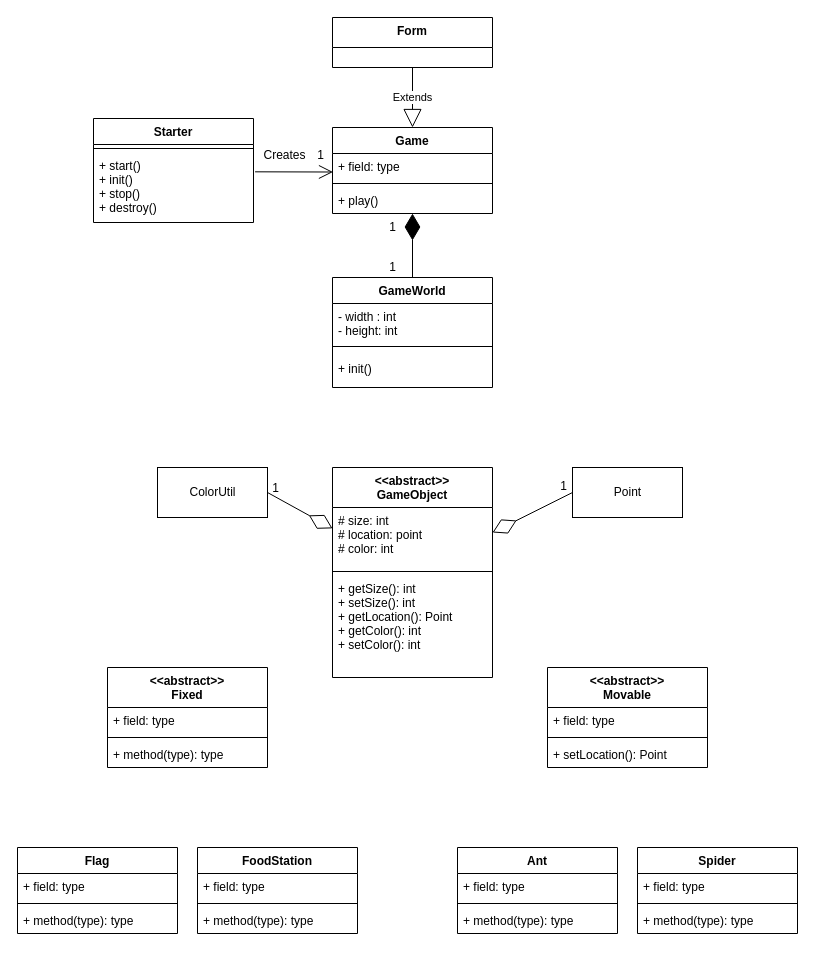
This is A1Prj_UML.drawio from jheym/133Proj, a draw.io file, before an edit. Source tidied: cells renumbered, new cells numbered last; positions are measured from the earlier drawing's top-left corner, leaving out a move shared by most shapes. Both pictures are drawn from the tidied source at 100%, with x=0, y=0 at pixel (17, 17).
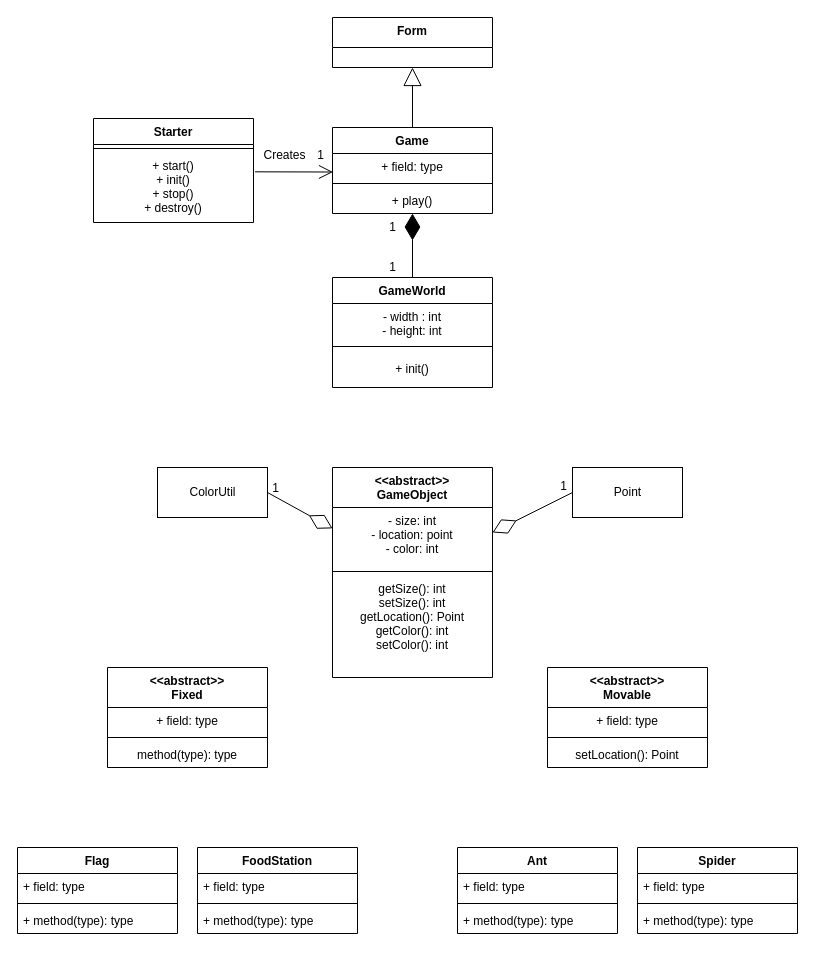
After the change.

The change refers to these unchanged cells:
```xml
<mxCell id="2" value="&lt;&lt;abstract&gt;&gt;&#10;GameObject" style="swimlane;fontStyle=1;align=center;verticalAlign=top;horizontal=1;startSize=40;" parent="1" vertex="1">
  <mxGeometry x="315" y="450" width="160" height="210" as="geometry" />
</mxCell>
<mxCell id="6" value="&lt;&lt;abstract&gt;&gt;&#10;Fixed&#10;" style="swimlane;fontStyle=1;align=center;verticalAlign=top;horizontal=1;startSize=40;" parent="1" vertex="1">
  <mxGeometry x="90" y="650" width="160" height="100" as="geometry" />
</mxCell>
<mxCell id="10" value="&lt;&lt;abstract&gt;&gt;&#10;Movable&#10;&#10;" style="swimlane;fontStyle=1;align=center;verticalAlign=top;horizontal=1;startSize=40;" parent="1" vertex="1">
  <mxGeometry x="530" y="650" width="160" height="100" as="geometry" />
</mxCell>
<mxCell id="30" value="Starter" style="swimlane;fontStyle=1;align=center;verticalAlign=top;horizontal=1;startSize=26;" parent="1" vertex="1">
  <mxGeometry x="76" y="101" width="160" height="104" as="geometry" />
</mxCell>
<mxCell id="33" value="Form&#10;" style="swimlane;fontStyle=1;align=center;verticalAlign=top;horizontal=1;startSize=30;" parent="1" vertex="1">
  <mxGeometry x="315" width="160" height="50" as="geometry" />
</mxCell>
<mxCell id="34" value="Game" style="swimlane;fontStyle=1;align=center;verticalAlign=top;horizontal=1;startSize=26;" parent="1" vertex="1">
  <mxGeometry x="315" y="110" width="160" height="86" as="geometry" />
</mxCell>
<mxCell id="38" value="GameWorld" style="swimlane;fontStyle=1;align=center;verticalAlign=top;horizontal=1;startSize=26;" parent="1" vertex="1">
  <mxGeometry x="315" y="260" width="160" height="110" as="geometry" />
</mxCell>
```

Diff of the diagram source:
```diff
@@
-    <mxCell id="3" value="# size: int&#10;# location: point&#10;# color: int&#10;&#10;" style="text;strokeColor=none;fillColor=none;align=left;verticalAlign=top;spacingLeft=4;spacingRight=4;overflow=hidden;" parent="2" vertex="1">
+    <mxCell id="3" value="- size: int&#10;- location: point&#10;- color: int&#10;&#10;" style="text;strokeColor=none;fillColor=none;align=center;verticalAlign=top;spacingLeft=4;spacingRight=4;overflow=hidden;" parent="2" vertex="1">
       <mxGeometry y="40" width="160" height="60" as="geometry" />
     </mxCell>
@@
-    <mxCell id="5" value="+ getSize(): int&#10;+ setSize(): int&#10;+ getLocation(): Point&#10;+ getColor(): int&#10;+ setColor(): int&#10;" style="text;strokeColor=none;fillColor=none;align=left;verticalAlign=top;spacingLeft=4;spacingRight=4;overflow=hidden;" parent="2" vertex="1">
+    <mxCell id="5" value="getSize(): int&#10;setSize(): int&#10;getLocation(): Point&#10;getColor(): int&#10;setColor(): int&#10;" style="text;strokeColor=none;fillColor=none;align=center;verticalAlign=top;spacingLeft=4;spacingRight=4;overflow=hidden;" parent="2" vertex="1">
       <mxGeometry y="108" width="160" height="102" as="geometry" />
     </mxCell>
@@
-    <mxCell id="7" value="+ field: type" style="text;strokeColor=none;fillColor=none;align=left;verticalAlign=top;spacingLeft=4;spacingRight=4;overflow=hidden;" parent="6" vertex="1">
+    <mxCell id="7" value="+ field: type" style="text;strokeColor=none;fillColor=none;align=center;verticalAlign=top;spacingLeft=4;spacingRight=4;overflow=hidden;" parent="6" vertex="1">
       <mxGeometry y="40" width="160" height="26" as="geometry" />
     </mxCell>
@@
-    <mxCell id="9" value="+ method(type): type" style="text;strokeColor=none;fillColor=none;align=left;verticalAlign=top;spacingLeft=4;spacingRight=4;overflow=hidden;" parent="6" vertex="1">
+    <mxCell id="9" value="method(type): type" style="text;strokeColor=none;fillColor=none;align=center;verticalAlign=top;spacingLeft=4;spacingRight=4;overflow=hidden;" parent="6" vertex="1">
       <mxGeometry y="74" width="160" height="26" as="geometry" />
     </mxCell>
@@
-    <mxCell id="11" value="+ field: type" style="text;strokeColor=none;fillColor=none;align=left;verticalAlign=top;spacingLeft=4;spacingRight=4;overflow=hidden;" parent="10" vertex="1">
+    <mxCell id="11" value="+ field: type" style="text;strokeColor=none;fillColor=none;align=center;verticalAlign=top;spacingLeft=4;spacingRight=4;overflow=hidden;" parent="10" vertex="1">
       <mxGeometry y="40" width="160" height="26" as="geometry" />
     </mxCell>
@@
-    <mxCell id="13" value="+ setLocation(): Point" style="text;strokeColor=none;fillColor=none;align=left;verticalAlign=top;spacingLeft=4;spacingRight=4;overflow=hidden;" parent="10" vertex="1">
+    <mxCell id="13" value="setLocation(): Point" style="text;strokeColor=none;fillColor=none;align=center;verticalAlign=top;spacingLeft=4;spacingRight=4;overflow=hidden;" parent="10" vertex="1">
       <mxGeometry y="74" width="160" height="26" as="geometry" />
     </mxCell>
@@
-    <mxCell id="32" value="+ start()&#10;+ init()&#10;+ stop()&#10;+ destroy()&#10;" style="text;strokeColor=none;fillColor=none;align=left;verticalAlign=top;spacingLeft=4;spacingRight=4;overflow=hidden;points=[[0,0.5],[1,0.5]];portConstraint=eastwest;" parent="30" vertex="1">
+    <mxCell id="32" value="+ start()&#10;+ init()&#10;+ stop()&#10;+ destroy()&#10;" style="text;strokeColor=none;fillColor=none;align=center;verticalAlign=top;spacingLeft=4;spacingRight=4;overflow=hidden;points=[[0,0.5],[1,0.5]];portConstraint=eastwest;" parent="30" vertex="1">
       <mxGeometry y="34" width="160" height="70" as="geometry" />
     </mxCell>
@@
-    <mxCell id="35" value="+ field: type" style="text;strokeColor=none;fillColor=none;align=left;verticalAlign=top;spacingLeft=4;spacingRight=4;overflow=hidden;points=[[0,0.5],[1,0.5]];portConstraint=eastwest;" parent="34" vertex="1">
+    <mxCell id="35" value="+ field: type" style="text;strokeColor=none;fillColor=none;align=center;verticalAlign=top;spacingLeft=4;spacingRight=4;overflow=hidden;points=[[0,0.5],[1,0.5]];portConstraint=eastwest;" parent="34" vertex="1">
       <mxGeometry y="26" width="160" height="26" as="geometry" />
     </mxCell>
@@
-    <mxCell id="37" value="+ play()" style="text;strokeColor=none;fillColor=none;align=left;verticalAlign=top;spacingLeft=4;spacingRight=4;overflow=hidden;" parent="34" vertex="1">
+    <mxCell id="37" value="+ play()" style="text;strokeColor=none;fillColor=none;align=center;verticalAlign=top;spacingLeft=4;spacingRight=4;overflow=hidden;" parent="34" vertex="1">
       <mxGeometry y="60" width="160" height="26" as="geometry" />
     </mxCell>
@@
-    <mxCell id="39" value="- width : int&#10;- height: int&#10;" style="text;strokeColor=none;fillColor=none;align=left;verticalAlign=top;spacingLeft=4;spacingRight=4;overflow=hidden;" parent="38" vertex="1">
+    <mxCell id="39" value="- width : int&#10;- height: int&#10;" style="text;strokeColor=none;fillColor=none;align=center;verticalAlign=top;spacingLeft=4;spacingRight=4;overflow=hidden;" parent="38" vertex="1">
       <mxGeometry y="26" width="160" height="34" as="geometry" />
     </mxCell>
@@
-    <mxCell id="41" value="+ init()" style="text;strokeColor=none;fillColor=none;align=left;verticalAlign=top;spacingLeft=4;spacingRight=4;overflow=hidden;" parent="38" vertex="1">
+    <mxCell id="41" value="+ init()" style="text;strokeColor=none;fillColor=none;align=center;verticalAlign=top;spacingLeft=4;spacingRight=4;overflow=hidden;" parent="38" vertex="1">
       <mxGeometry y="78" width="160" height="32" as="geometry" />
     </mxCell>
-    <mxCell id="42" value="Extends" style="endArrow=block;endSize=16;endFill=0;html=1;rounded=0;entryX=0.5;entryY=0;entryDx=0;entryDy=0;exitX=0.5;exitY=1;exitDx=0;exitDy=0;" parent="1" edge="1" source="33" target="34">
+    <mxCell id="42" style="endArrow=block;endSize=16;endFill=0;html=1;rounded=0;" parent="1" edge="1" source="34" target="33">
       <mxGeometry relative="1" as="geometry" />
     </mxCell>
```
